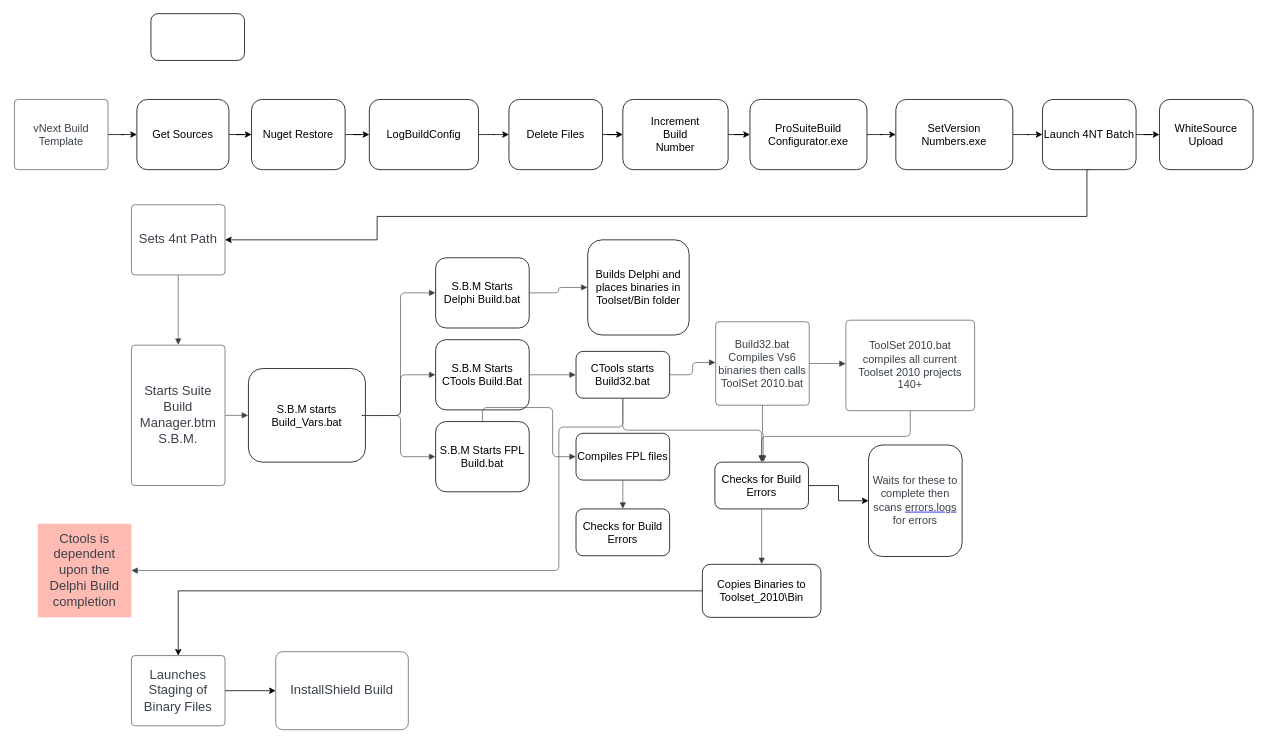
Above: Untitled Diagram.drawio in joesalamy/DrawIO (draw.io), before the change. Source tidied: cells renumbered, new cells numbered last; positions are measured from the earlier drawing's top-left corner, leaving out a move shared by most shapes. Both pictures are drawn from the tidied source at 78%, with x=0, y=0 at pixel (14, 13).
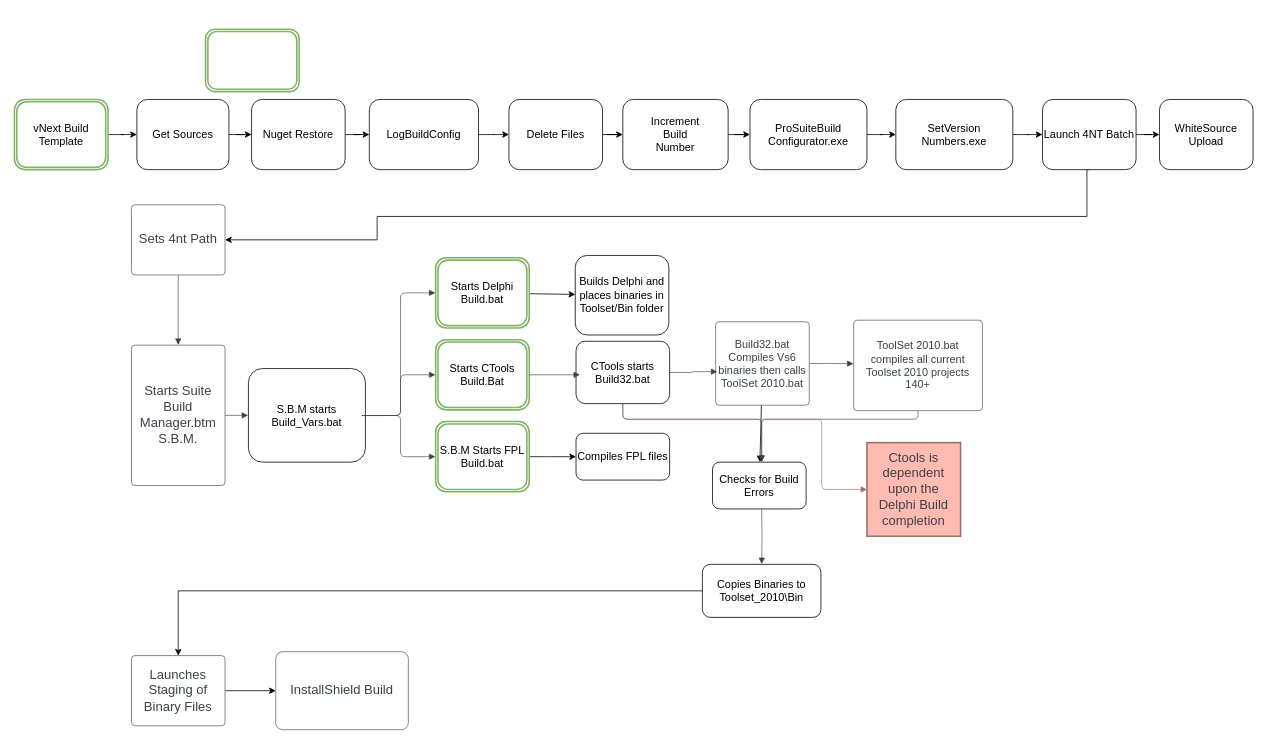
After the change.

Unchanged cells that the change refers to:
```xml
<mxCell id="41" value="Build32.bat Compiles Vs6 binaries then calls ToolSet 2010.bat" style="html=1;overflow=block;blockSpacing=1;whiteSpace=wrap;fontSize=14;fontColor=#3a414a;spacing=3.8;strokeColor=#3a414a;strokeOpacity=100;rounded=1;absoluteArcSize=1;arcSize=9;strokeWidth=0.8;" parent="1" vertex="1">
  <mxGeometry x="899" y="395" width="120" height="107" as="geometry" />
</mxCell>
<mxCell id="47" value="Copies Binaries to Toolset_2010\Bin" style="rounded=1;whiteSpace=wrap;html=1;fillColor=#FFFFFF;fontSize=14;" parent="1" vertex="1">
  <mxGeometry x="882" y="706" width="152" height="68" as="geometry" />
</mxCell>
<mxCell id="51" value="Compiles FPL files" style="rounded=1;whiteSpace=wrap;html=1;fillColor=#FFFFFF;fontSize=14;" parent="1" vertex="1">
  <mxGeometry x="720" y="538" width="120" height="60" as="geometry" />
</mxCell>
```

Diff of the diagram source:
```diff
@@
-    <mxCell id="3" value="vNext Build Template" style="html=1;overflow=block;blockSpacing=1;whiteSpace=wrap;fontSize=14;fontColor=#3a414a;spacing=9;strokeColor=#3a414a;strokeOpacity=100;rounded=1;absoluteArcSize=1;arcSize=9;strokeWidth=0.8;" parent="1" vertex="1">
+    <mxCell id="3" value="vNext Build Template" style="shape=ext;double=1;rounded=1;whiteSpace=wrap;html=1;fontFamily=Helvetica;fontSize=14;strokeColor=#82b366;fillColor=none;strokeWidth=2;glass=1;sketch=0;shadow=0;" parent="1" vertex="1">
       <mxGeometry y="110" width="120" height="90" as="geometry" />
     </mxCell>
@@
+    <mxCell id="34" style="rounded=0;jettySize=auto;html=1;fontFamily=Helvetica;fontSize=14;fontColor=default;strokeColor=#000000;" parent="1" edge="1" source="24" target="35">
+      <mxGeometry relative="1" as="geometry" />
+    </mxCell>
-    <mxCell id="24" value="S.B.M Starts Delphi Build.bat " style="rounded=1;whiteSpace=wrap;html=1;fillColor=#FFFFFF;fontSize=14;" parent="1" vertex="1">
+    <mxCell id="24" value="Starts Delphi Build.bat " style="shape=ext;double=1;rounded=1;whiteSpace=wrap;html=1;fontFamily=Helvetica;fontSize=14;strokeColor=#82b366;fillColor=none;strokeWidth=2;glass=1;sketch=0;shadow=0;" parent="1" vertex="1">
       <mxGeometry x="540" y="313" width="120" height="90" as="geometry" />
     </mxCell>
-    <mxCell id="25" value="S.B.M Starts CTools Build.Bat" style="rounded=1;whiteSpace=wrap;html=1;fillColor=#FFFFFF;fontSize=14;" parent="1" vertex="1">
+    <mxCell id="25" value="Starts CTools Build.Bat" style="shape=ext;double=1;rounded=1;whiteSpace=wrap;html=1;fontFamily=Helvetica;fontSize=14;strokeColor=#82b366;fillColor=none;strokeWidth=2;glass=1;sketch=0;shadow=0;" parent="1" vertex="1">
       <mxGeometry x="540" y="418" width="120" height="90" as="geometry" />
     </mxCell>
+    <mxCell id="50" style="edgeStyle=orthogonalEdgeStyle;rounded=0;jettySize=auto;html=1;fontFamily=Helvetica;fontSize=14;fontColor=default;" parent="1" edge="1" source="26" target="51">
+      <mxGeometry relative="1" as="geometry">
+        <Array as="points">
+          <mxPoint x="685" y="568" />
+          <mxPoint x="685" y="568" />
+        </Array>
+      </mxGeometry>
+    </mxCell>
-    <mxCell id="26" value="S.B.M Starts FPL Build.bat" style="rounded=1;whiteSpace=wrap;html=1;fillColor=#FFFFFF;fontSize=14;" parent="1" vertex="1">
+    <mxCell id="26" value="S.B.M Starts FPL Build.bat" style="shape=ext;double=1;rounded=1;whiteSpace=wrap;html=1;fontFamily=Helvetica;fontSize=14;strokeColor=#82b366;fillColor=none;strokeWidth=2;glass=1;sketch=0;shadow=0;" parent="1" vertex="1">
       <mxGeometry x="540" y="523" width="120" height="90" as="geometry" />
     </mxCell>
-    <mxCell id="27" value="&lt;div style=&quot;display: flex; justify-content: center; text-align: center; align-items: baseline; font-size: 14px; line-height: 1.25; margin-top: -2px;&quot;&gt;&lt;span style=&quot;font-size: 14px;&quot;&gt;&lt;span style=&quot;font-size: 14px; color: rgb(58, 65, 74);&quot;&gt;&lt;span style=&quot;font-size: 14px; color: rgb(58, 65, 74);&quot;&gt;Waits for these to complete then scans &lt;/span&gt;&lt;a href=&quot;http://errors.logs&quot; style=&quot;font-size: 14px;&quot;&gt;&lt;span style=&quot;font-size: 14px; color: rgb(58, 65, 74);&quot;&gt;errors.logs&lt;/span&gt;&lt;/a&gt; for errors&lt;/span&gt;&lt;/span&gt;&lt;/div&gt;" style="rounded=1;whiteSpace=wrap;html=1;fillColor=#FFFFFF;fontSize=14;" parent="1" vertex="1">
-      <mxGeometry x="1095" y="553" width="120" height="143" as="geometry" />
-    </mxCell>
@@
-    <mxCell id="34" style="html=1;jettySize=18;whiteSpace=wrap;fontSize=13;strokeColor=#3a414a;strokeOpacity=100;strokeWidth=0.8;rounded=1;arcSize=12;edgeStyle=orthogonalEdgeStyle;startArrow=none;endArrow=block;endFill=1;entryX=-0.003;entryY=0.5;entryPerimeter=0;" parent="1" edge="1" source="24" target="35">
-      <mxGeometry relative="1" as="geometry" />
-    </mxCell>
     <mxCell id="35" value="Builds Delphi and places binaries in Toolset/Bin folder" style="rounded=1;whiteSpace=wrap;html=1;fillColor=#FFFFFF;fontSize=14;" parent="1" vertex="1">
-      <mxGeometry x="735" y="290" width="130" height="122" as="geometry" />
+      <mxGeometry x="719" y="310" width="120" height="102" as="geometry" />
     </mxCell>
-    <mxCell id="36" style="html=1;jettySize=18;whiteSpace=wrap;fontSize=13;strokeColor=#3a414a;strokeOpacity=100;strokeWidth=0.8;rounded=1;arcSize=12;edgeStyle=orthogonalEdgeStyle;startArrow=none;endArrow=block;endFill=1;exitX=1;exitY=0.5;entryX=-0.003;entryY=0.5;entryPerimeter=0;exitDx=0;exitDy=0;" parent="1" edge="1" source="25" target="37">
-      <mxGeometry relative="1" as="geometry" />
-    </mxCell>
     <mxCell id="37" value="CTools starts Build32.bat" style="rounded=1;whiteSpace=wrap;html=1;fillColor=#FFFFFF;fontSize=14;" parent="1" vertex="1">
-      <mxGeometry x="720" y="433" width="120" height="60" as="geometry" />
+      <mxGeometry x="720" y="420" width="120" height="80" as="geometry" />
     </mxCell>
-    <mxCell id="38" style="html=1;jettySize=18;whiteSpace=wrap;fontSize=13;strokeColor=#3a414a;strokeOpacity=100;strokeWidth=0.8;rounded=1;arcSize=12;edgeStyle=orthogonalEdgeStyle;startArrow=none;endArrow=block;endFill=1;exitX=0.5;exitY=1.006;exitPerimeter=0;entryX=0.5;entryY=-0.006;entryPerimeter=0;" parent="1" edge="1" source="37" target="40">
-      <mxGeometry relative="1" as="geometry" />
+    <mxCell id="38" style="html=1;jettySize=18;whiteSpace=wrap;fontSize=13;strokeColor=#3a414a;strokeOpacity=100;strokeWidth=0.8;rounded=1;arcSize=12;edgeStyle=orthogonalEdgeStyle;startArrow=none;endArrow=block;endFill=1;exitX=0.5;exitY=1.006;exitPerimeter=0;entryX=0.5;entryY=-0.006;entryPerimeter=0;" parent="1" edge="1" source="37">
+      <mxGeometry relative="1" as="geometry">
+        <mxPoint x="958" y="574.6" as="targetPoint" />
+        <Array as="points">
+          <mxPoint x="780" y="520" />
+          <mxPoint x="958" y="520" />
+        </Array>
+      </mxGeometry>
     </mxCell>
-    <mxCell id="39" style="edgeStyle=orthogonalEdgeStyle;rounded=0;jettySize=auto;html=1;" parent="1" edge="1" source="40" target="27">
-      <mxGeometry relative="1" as="geometry" />
-    </mxCell>
-    <mxCell id="40" value="Checks for Build Errors" style="rounded=1;whiteSpace=wrap;html=1;fillColor=#FFFFFF;fontSize=14;" parent="1" vertex="1">
-      <mxGeometry x="898" y="575" width="120" height="60" as="geometry" />
-    </mxCell>
+    <mxCell id="60" style="edgeStyle=none;rounded=0;jettySize=auto;html=1;fontFamily=Helvetica;fontSize=14;fontColor=default;strokeColor=#000000;" parent="1" edge="1" source="41" target="52">
+      <mxGeometry relative="1" as="geometry" />
+    </mxCell>
@@
     <mxCell id="42" value="ToolSet 2010.bat compiles all current Toolset 2010 projects 140+" style="html=1;overflow=block;blockSpacing=1;whiteSpace=wrap;fontSize=14;fontColor=#3a414a;spacing=3.8;strokeColor=#3a414a;strokeOpacity=100;rounded=1;absoluteArcSize=1;arcSize=9;strokeWidth=0.8;" parent="1" vertex="1">
-      <mxGeometry x="1066" y="393" width="165" height="116" as="geometry" />
+      <mxGeometry x="1076" y="393" width="165" height="116" as="geometry" />
     </mxCell>
-    <mxCell id="43" style="html=1;jettySize=18;whiteSpace=wrap;fontSize=13;strokeColor=#3a414a;strokeOpacity=100;strokeWidth=0.8;rounded=1;arcSize=12;edgeStyle=orthogonalEdgeStyle;startArrow=none;endArrow=block;endFill=1;exitX=0.5;exitY=1.003;exitPerimeter=0;entryX=0.5;entryY=-0.006;entryPerimeter=0;" parent="1" edge="1" source="42" target="40">
-      <mxGeometry relative="1" as="geometry" />
+    <mxCell id="43" style="html=1;jettySize=18;whiteSpace=wrap;fontSize=13;strokeColor=#3a414a;strokeOpacity=100;strokeWidth=0.8;rounded=1;arcSize=12;edgeStyle=orthogonalEdgeStyle;startArrow=none;endArrow=block;endFill=1;exitX=0.5;exitY=1.003;exitPerimeter=0;entryX=0.5;entryY=-0.006;entryPerimeter=0;" parent="1" edge="1" source="42">
+      <mxGeometry relative="1" as="geometry">
+        <mxPoint x="958" y="574.6" as="targetPoint" />
+        <Array as="points">
+          <mxPoint x="1159" y="520" />
+          <mxPoint x="958" y="520" />
+        </Array>
+      </mxGeometry>
     </mxCell>
-    <mxCell id="44" style="html=1;jettySize=18;whiteSpace=wrap;fontSize=13;strokeColor=#3a414a;strokeOpacity=100;strokeWidth=0.8;rounded=1;arcSize=12;edgeStyle=orthogonalEdgeStyle;startArrow=none;endArrow=block;endFill=1;exitX=0.5;exitY=1.003;exitPerimeter=0;entryX=0.517;entryY=-0.006;entryPerimeter=0;" parent="1" edge="1" source="41" target="40">
-      <mxGeometry relative="1" as="geometry" />
-    </mxCell>
-    <mxCell id="45" style="html=1;jettySize=18;whiteSpace=wrap;fontSize=13;strokeColor=#3a414a;strokeOpacity=100;strokeWidth=0.8;rounded=1;arcSize=12;edgeStyle=orthogonalEdgeStyle;startArrow=none;endArrow=block;endFill=1;exitX=0.5;exitY=1.006;exitPerimeter=0;entryX=0.5;entryY=-0.006;entryPerimeter=0;" parent="1" edge="1" source="40" target="47">
-      <mxGeometry relative="1" as="geometry" />
+    <mxCell id="45" style="html=1;jettySize=18;whiteSpace=wrap;fontSize=13;strokeColor=#3a414a;strokeOpacity=100;strokeWidth=0.8;rounded=1;arcSize=12;edgeStyle=orthogonalEdgeStyle;startArrow=none;endArrow=block;endFill=1;exitX=0.5;exitY=1.006;exitPerimeter=0;entryX=0.5;entryY=-0.006;entryPerimeter=0;" parent="1" edge="1" target="47">
+      <mxGeometry relative="1" as="geometry">
+        <mxPoint x="958" y="635.4" as="sourcePoint" />
+      </mxGeometry>
     </mxCell>
@@
-    <mxCell id="48" style="html=1;jettySize=18;whiteSpace=wrap;fontSize=13;strokeColor=#3a414a;strokeOpacity=100;strokeWidth=0.8;rounded=1;arcSize=12;edgeStyle=orthogonalEdgeStyle;startArrow=none;endArrow=block;endFill=1;exitX=0.5;exitY=1.006;exitPerimeter=0;entryX=1;entryY=0.5;entryPerimeter=0;" parent="1" edge="1" source="37" target="49">
+    <mxCell id="48" style="html=1;jettySize=18;whiteSpace=wrap;fontSize=13;strokeColor=#99706A;strokeOpacity=100;strokeWidth=0.8;rounded=1;arcSize=12;edgeStyle=orthogonalEdgeStyle;startArrow=none;endArrow=block;endFill=1;exitX=0.5;exitY=1.006;exitPerimeter=0;entryX=0;entryY=0.5;entryDx=0;entryDy=0;" parent="1" edge="1" source="37" target="49">
       <mxGeometry relative="1" as="geometry">
         <Array as="points">
-          <mxPoint x="780" y="530" />
-          <mxPoint x="698" y="530" />
-          <mxPoint x="698" y="714" />
+          <mxPoint x="780" y="520" />
+          <mxPoint x="1035" y="520" />
+          <mxPoint x="1035" y="610" />
         </Array>
       </mxGeometry>
     </mxCell>
-    <mxCell id="49" value="Ctools is dependent upon the Delphi Build completion" style="html=1;overflow=block;blockSpacing=1;whiteSpace=wrap;fontSize=16.7;fontColor=#3a414a;spacing=3.8;strokeColor=none;strokeOpacity=100;fillColor=#FFBBB1;strokeWidth=0;" parent="1" vertex="1">
-      <mxGeometry x="30" y="654" width="120" height="120" as="geometry" />
+    <mxCell id="49" value="Ctools is dependent upon the Delphi Build completion" style="html=1;overflow=block;blockSpacing=1;whiteSpace=wrap;fontSize=16.7;fontColor=#3a414a;spacing=3.8;strokeColor=#99706A;strokeOpacity=100;fillColor=#FFBBB1;strokeWidth=2;" parent="1" vertex="1">
+      <mxGeometry x="1093" y="550" width="120" height="120" as="geometry" />
     </mxCell>
-    <mxCell id="50" style="html=1;jettySize=18;whiteSpace=wrap;fontSize=13;strokeColor=#3a414a;strokeOpacity=100;strokeWidth=0.8;rounded=1;arcSize=12;edgeStyle=orthogonalEdgeStyle;startArrow=none;endArrow=block;endFill=1;exitX=0.5;exitY=0;exitPerimeter=0;entryX=-0.003;entryY=0.5;entryPerimeter=0;exitDx=0;exitDy=0;" parent="1" edge="1" source="26" target="51">
-      <mxGeometry relative="1" as="geometry" />
-    </mxCell>
@@
     <mxCell id="52" value="Checks for Build Errors" style="rounded=1;whiteSpace=wrap;html=1;fillColor=#FFFFFF;fontSize=14;" parent="1" vertex="1">
-      <mxGeometry x="720" y="635" width="120" height="60" as="geometry" />
+      <mxGeometry x="895" y="575" width="120" height="60" as="geometry" />
     </mxCell>
-    <mxCell id="53" style="html=1;jettySize=18;whiteSpace=wrap;fontSize=13;strokeColor=#3a414a;strokeOpacity=100;strokeWidth=0.8;rounded=1;arcSize=12;edgeStyle=orthogonalEdgeStyle;startArrow=none;endArrow=block;endFill=1;exitX=0.5;exitY=1.006;exitPerimeter=0;entryX=0.5;entryY=-0.006;entryPerimeter=0;" parent="1" edge="1" source="51" target="52">
-      <mxGeometry relative="1" as="geometry" />
-    </mxCell>
@@
-    <mxCell id="55" style="html=1;jettySize=18;whiteSpace=wrap;fontSize=13;strokeColor=#3a414a;strokeOpacity=100;strokeWidth=0.8;rounded=1;arcSize=12;edgeStyle=orthogonalEdgeStyle;startArrow=none;endArrow=block;endFill=1;exitX=1.003;exitY=0.5;exitPerimeter=0;entryX=-0.003;entryY=0.488;entryPerimeter=0;" parent="1" edge="1" source="37" target="41">
+    <mxCell id="55" style="html=1;jettySize=18;whiteSpace=wrap;fontSize=13;strokeColor=#3a414a;strokeOpacity=100;strokeWidth=0.8;rounded=1;arcSize=12;edgeStyle=orthogonalEdgeStyle;startArrow=none;endArrow=block;endFill=1;exitX=1.003;exitY=0.5;exitPerimeter=0;entryX=0.017;entryY=0.598;entryPerimeter=0;entryDx=0;entryDy=0;" parent="1" edge="1" source="37" target="41">
       <mxGeometry relative="1" as="geometry" />
     </mxCell>
@@
-    <mxCell id="59" style="rounded=1;whiteSpace=wrap;html=1;fillColor=#FFFFFF;" parent="1" vertex="1">
-      <mxGeometry x="175" width="120" height="60" as="geometry" />
-    </mxCell>
+    <mxCell id="61" style="shape=ext;double=1;rounded=1;whiteSpace=wrap;html=1;fontFamily=Helvetica;fontSize=14;strokeColor=#82b366;fillColor=none;strokeWidth=2;glass=1;sketch=0;shadow=0;" parent="1" vertex="1">
+      <mxGeometry x="245" y="20" width="120" height="80" as="geometry" />
+    </mxCell>
+    <mxCell id="36" style="html=1;jettySize=18;whiteSpace=wrap;fontSize=13;strokeColor=#3a414a;strokeOpacity=100;strokeWidth=0.8;rounded=1;arcSize=12;edgeStyle=orthogonalEdgeStyle;startArrow=none;endArrow=block;endFill=1;exitX=1;exitY=0.5;exitDx=0;exitDy=0;" parent="1" edge="1" source="25">
+      <mxGeometry relative="1" as="geometry">
+        <mxPoint x="725" y="463" as="targetPoint" />
+      </mxGeometry>
+    </mxCell>
```
